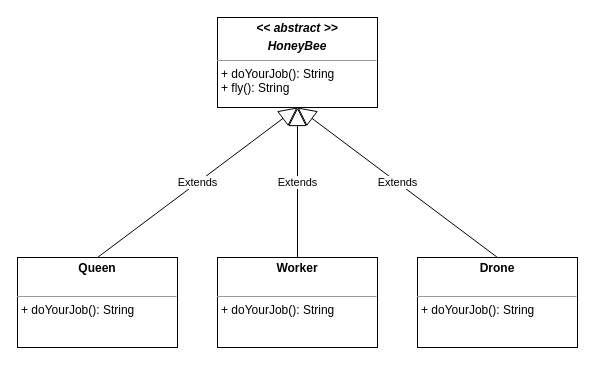
Earlier version of the draw.io diagram page "HoneyBee_1" (1 of 2) of honeybee.drawio (XX3-OOP-archive/08_Interfaces). Source tidied: cells renumbered, new cells numbered last; positions are measured from the earlier drawing's top-left corner, leaving out a move shared by most shapes. Both pictures are drawn from the tidied source at 100%, with x=0, y=0 at pixel (17, 17).
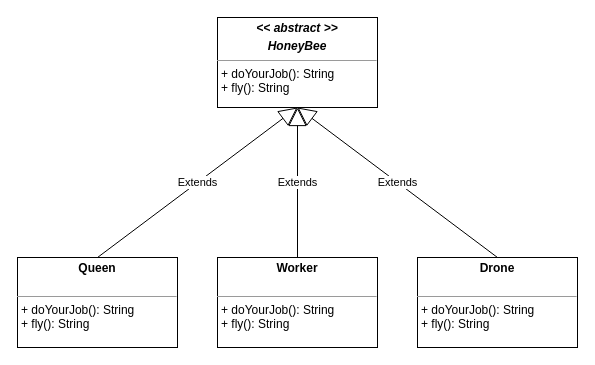
The same diagram, later.

The edit, as a diff of the source:
```diff
@@
 <mxGraphModel>
   <root>
     <mxCell id="0" />
     <mxCell id="1" parent="0" />
     <mxCell id="2" value="&lt;p style=&quot;margin: 0px ; margin-top: 4px ; text-align: center&quot;&gt;&lt;b&gt;&lt;i&gt;&amp;lt;&amp;lt; abstract &amp;gt;&amp;gt;&lt;/i&gt;&lt;/b&gt;&lt;/p&gt;&lt;p style=&quot;margin: 0px ; margin-top: 4px ; text-align: center&quot;&gt;&lt;b&gt;&lt;i&gt;HoneyBee&lt;/i&gt;&lt;/b&gt;&lt;/p&gt;&lt;hr size=&quot;1&quot;&gt;&lt;p style=&quot;margin: 0px ; margin-left: 4px&quot;&gt;+ doYourJob(): String&lt;/p&gt;&lt;p style=&quot;margin: 0px ; margin-left: 4px&quot;&gt;+ fly(): String&lt;/p&gt;" style="verticalAlign=top;align=left;overflow=fill;fontSize=12;fontFamily=Helvetica;html=1;" parent="1" vertex="1">
       <mxGeometry x="200" width="160" height="90" as="geometry" />
     </mxCell>
-    <mxCell id="3" value="&lt;p style=&quot;margin: 0px ; margin-top: 4px ; text-align: center&quot;&gt;&lt;b&gt;Queen&lt;/b&gt;&lt;/p&gt;&lt;p style=&quot;margin: 0px ; margin-left: 4px&quot;&gt;&lt;br&gt;&lt;/p&gt;&lt;hr size=&quot;1&quot;&gt;&lt;p style=&quot;margin: 0px ; margin-left: 4px&quot;&gt;+ doYourJob(): String&lt;br&gt;&lt;/p&gt;" style="verticalAlign=top;align=left;overflow=fill;fontSize=12;fontFamily=Helvetica;html=1;" parent="1" vertex="1">
+    <mxCell id="3" value="&lt;p style=&quot;margin: 0px ; margin-top: 4px ; text-align: center&quot;&gt;&lt;b&gt;Queen&lt;/b&gt;&lt;/p&gt;&lt;p style=&quot;margin: 0px ; margin-left: 4px&quot;&gt;&lt;br&gt;&lt;/p&gt;&lt;hr size=&quot;1&quot;&gt;&lt;p style=&quot;margin: 0px ; margin-left: 4px&quot;&gt;+ doYourJob(): String&lt;br&gt;&lt;/p&gt;&lt;p style=&quot;margin: 0px ; margin-left: 4px&quot;&gt;+ fly(): String&lt;br&gt;&lt;/p&gt;" style="verticalAlign=top;align=left;overflow=fill;fontSize=12;fontFamily=Helvetica;html=1;" parent="1" vertex="1">
       <mxGeometry y="240" width="160" height="90" as="geometry" />
     </mxCell>
     <mxCell id="4" value="Extends" style="endArrow=block;endSize=16;endFill=0;html=1;exitX=0.5;exitY=0;exitDx=0;exitDy=0;entryX=0.5;entryY=1;entryDx=0;entryDy=0;" parent="1" edge="1" source="3" target="2">
       <mxGeometry relative="1" as="geometry" />
     </mxCell>
-    <mxCell id="5" value="&lt;p style=&quot;margin: 0px ; margin-top: 4px ; text-align: center&quot;&gt;&lt;b&gt;Worker&lt;/b&gt;&lt;/p&gt;&lt;p style=&quot;margin: 0px ; margin-left: 4px&quot;&gt;&lt;br&gt;&lt;/p&gt;&lt;hr size=&quot;1&quot;&gt;&lt;p style=&quot;margin: 0px ; margin-left: 4px&quot;&gt;+ doYourJob(): String&lt;br&gt;&lt;/p&gt;" style="verticalAlign=top;align=left;overflow=fill;fontSize=12;fontFamily=Helvetica;html=1;" parent="1" vertex="1">
+    <mxCell id="5" value="&lt;p style=&quot;margin: 0px ; margin-top: 4px ; text-align: center&quot;&gt;&lt;b&gt;Worker&lt;/b&gt;&lt;/p&gt;&lt;p style=&quot;margin: 0px ; margin-left: 4px&quot;&gt;&lt;br&gt;&lt;/p&gt;&lt;hr size=&quot;1&quot;&gt;&lt;p style=&quot;margin: 0px ; margin-left: 4px&quot;&gt;+ doYourJob(): String&lt;br&gt;&lt;/p&gt;&lt;p style=&quot;margin: 0px ; margin-left: 4px&quot;&gt;+ fly(): String&lt;br&gt;&lt;/p&gt;" style="verticalAlign=top;align=left;overflow=fill;fontSize=12;fontFamily=Helvetica;html=1;" parent="1" vertex="1">
       <mxGeometry x="200" y="240" width="160" height="90" as="geometry" />
     </mxCell>
-    <mxCell id="6" value="&lt;p style=&quot;margin: 0px ; margin-top: 4px ; text-align: center&quot;&gt;&lt;b&gt;Drone&lt;/b&gt;&lt;/p&gt;&lt;p style=&quot;margin: 0px ; margin-left: 4px&quot;&gt;&lt;br&gt;&lt;/p&gt;&lt;hr size=&quot;1&quot;&gt;&lt;p style=&quot;margin: 0px ; margin-left: 4px&quot;&gt;+ doYourJob(): String&lt;br&gt;&lt;/p&gt;" style="verticalAlign=top;align=left;overflow=fill;fontSize=12;fontFamily=Helvetica;html=1;" parent="1" vertex="1">
+    <mxCell id="6" value="&lt;p style=&quot;margin: 0px ; margin-top: 4px ; text-align: center&quot;&gt;&lt;b&gt;Drone&lt;/b&gt;&lt;/p&gt;&lt;p style=&quot;margin: 0px ; margin-left: 4px&quot;&gt;&lt;br&gt;&lt;/p&gt;&lt;hr size=&quot;1&quot;&gt;&lt;p style=&quot;margin: 0px ; margin-left: 4px&quot;&gt;+ doYourJob(): String&lt;br&gt;&lt;/p&gt;&lt;p style=&quot;margin: 0px ; margin-left: 4px&quot;&gt;+ fly(): String&lt;br&gt;&lt;/p&gt;" style="verticalAlign=top;align=left;overflow=fill;fontSize=12;fontFamily=Helvetica;html=1;" parent="1" vertex="1">
       <mxGeometry x="400" y="240" width="160" height="90" as="geometry" />
     </mxCell>
     <mxCell id="7" value="Extends" style="endArrow=block;endSize=16;endFill=0;html=1;exitX=0.5;exitY=0;exitDx=0;exitDy=0;entryX=0.5;entryY=1;entryDx=0;entryDy=0;" parent="1" edge="1" source="5" target="2">
       <mxGeometry relative="1" as="geometry" />
     </mxCell>
     <mxCell id="8" value="Extends" style="endArrow=block;endSize=16;endFill=0;html=1;exitX=0.5;exitY=0;exitDx=0;exitDy=0;entryX=0.5;entryY=1;entryDx=0;entryDy=0;" parent="1" edge="1" source="6" target="2">
       <mxGeometry relative="1" as="geometry" />
     </mxCell>
   </root>
 </mxGraphModel>
```
